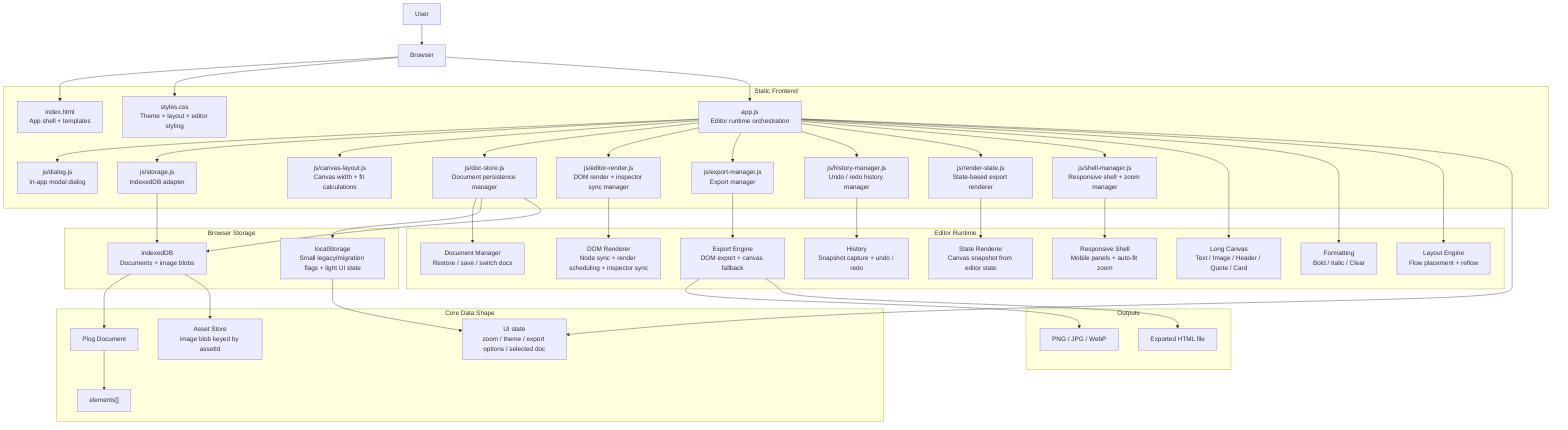
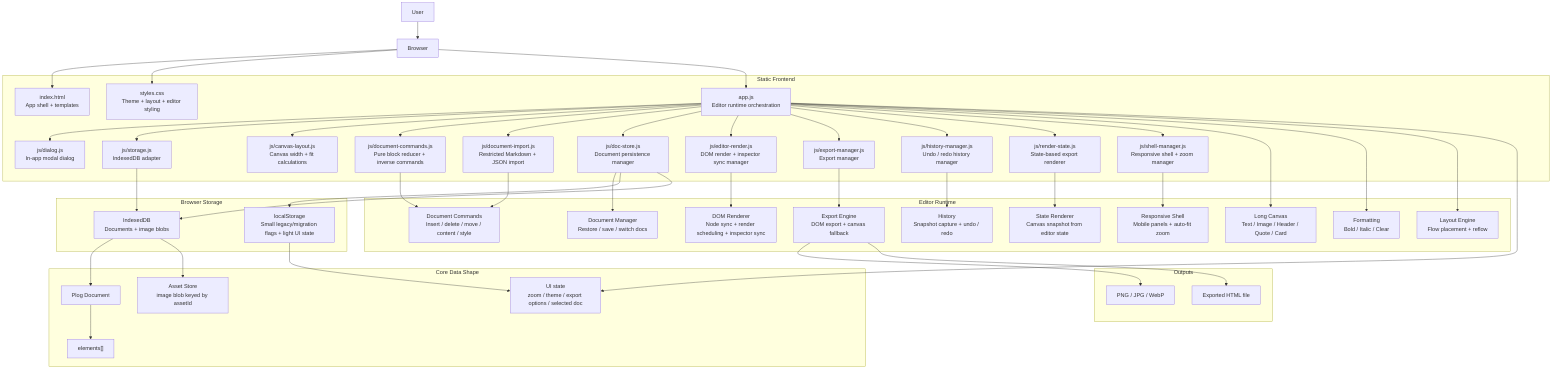
flowchart TB
    U["User"] --> B["Browser"]

    subgraph FE["Static Frontend"]
        H["index.html<br/>App shell + templates"]
        S["styles.css<br/>Theme + layout + editor styling"]
        A["app.js<br/>Editor runtime orchestration"]
        D["js/dialog.js<br/>In-app modal dialog"]
        ST["js/storage.js<br/>IndexedDB adapter"]
        CL["js/canvas-layout.js<br/>Canvas width + fit calculations"]
+         DC["js/document-commands.js<br/>Pure block reducer + inverse commands"]
+         DI["js/document-import.js<br/>Restricted Markdown + JSON import"]
        DS["js/doc-store.js<br/>Document persistence manager"]
        ER["js/editor-render.js<br/>DOM render + inspector sync manager"]
        EX["js/export-manager.js<br/>Export manager"]
        HM["js/history-manager.js<br/>Undo / redo history manager"]
        RS["js/render-state.js<br/>State-based export renderer"]
        SH["js/shell-manager.js<br/>Responsive shell + zoom manager"]
    end

    B --> H
    B --> S
    B --> A
    A --> D
    A --> ST
    A --> CL
+     A --> DC
+     A --> DI
    A --> DS
    A --> ER
    A --> EX
    A --> HM
    A --> RS
    A --> SH

    subgraph EDIT["Editor Runtime"]
        C["Long Canvas<br/>Text / Image / Header / Quote / Card"]
        DR["DOM Renderer<br/>Node sync + render scheduling + inspector sync"]
        F["Formatting<br/>Bold / Italic / Clear"]
        HI["History<br/>Snapshot capture + undo / redo"]
        L["Layout Engine<br/>Flow placement + reflow"]
+         CMD["Document Commands<br/>Insert / delete / move / content / style"]
        E["Export Engine<br/>DOM export + canvas fallback"]
        SR["State Renderer<br/>Canvas snapshot from editor state"]
        R["Responsive Shell<br/>Mobile panels + auto-fit zoom"]
        M["Document Manager<br/>Restore / save / switch docs"]
    end

    A --> C
    ER --> DR
    A --> F
    HM --> HI
    A --> L
+     DC --> CMD
+     DI --> CMD
    EX --> E
    RS --> SR
    SH --> R
    DS --> M

    subgraph STORE["Browser Storage"]
        IDB["IndexedDB<br/>Documents + image blobs"]
        LS["localStorage<br/>Small legacy/migration flags + light UI state"]
    end

    ST --> IDB
    DS --> LS
    DS --> IDB

    subgraph OUT["Outputs"]
        PNG["PNG / JPG / WebP"]
        HTML["Exported HTML file"]
    end

    E --> PNG
    E --> HTML

    subgraph DATA["Core Data Shape"]
        DOC["Plog Document"]
        ELS["elements[]"]
        UI["UI state<br/>zoom / theme / export options / selected doc"]
        ASSET["Asset Store<br/>image blob keyed by assetId"]
    end

    IDB --> DOC
    DOC --> ELS
    IDB --> ASSET
    LS --> UI
    A --> UI
